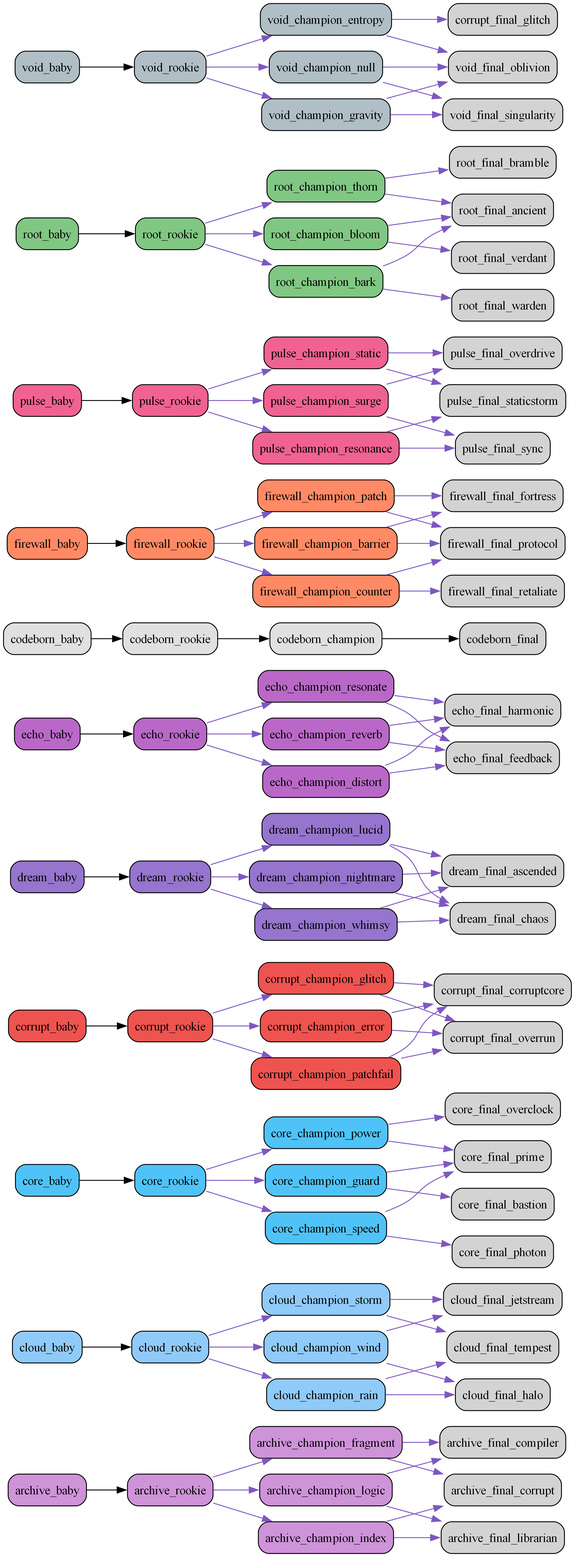
Earlier version of the Graphviz export src/netgrid/core/systems/evolution/graphs/full/evolution_graph.png (bwlight/NetGrid). Its source is kept beside it as src/netgrid/core/systems/evolution/graphs/full/evolution_graph.dot.
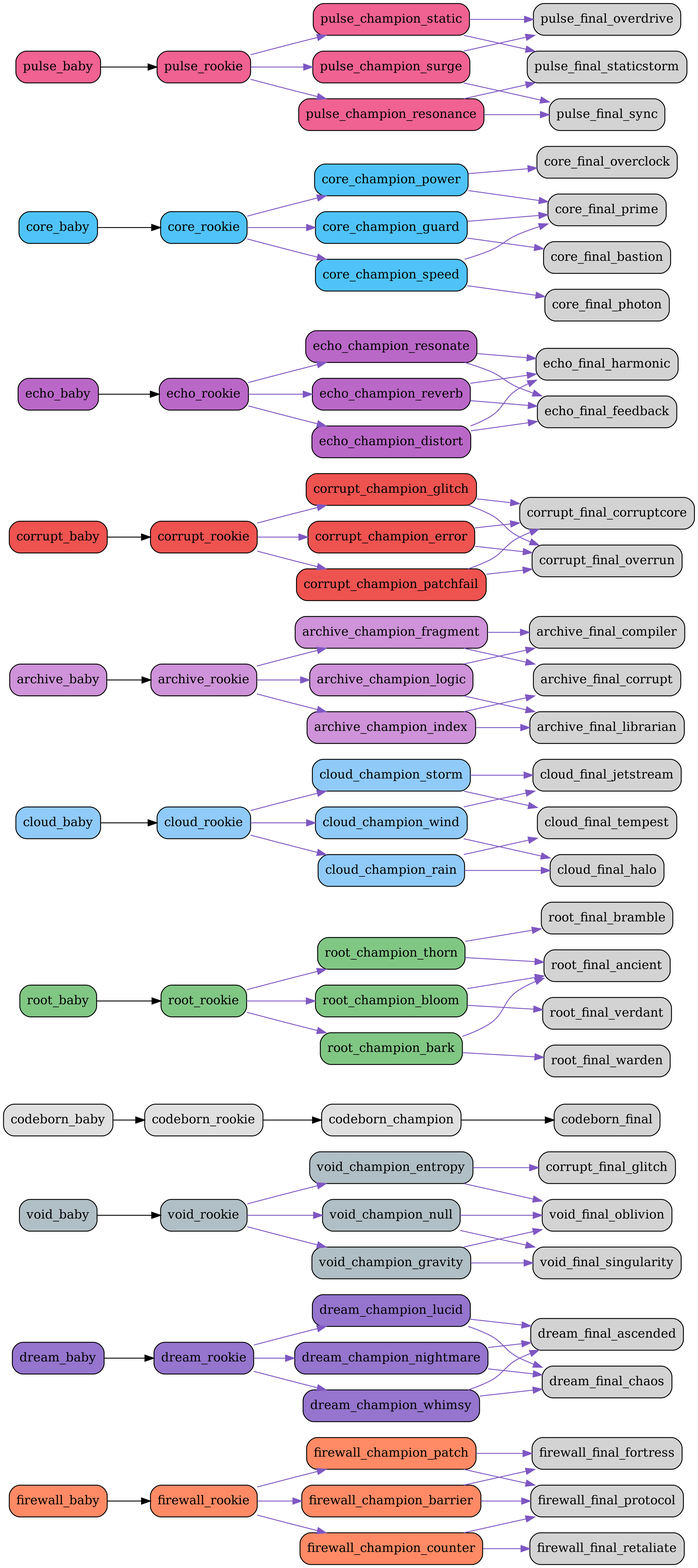
After the change.

Change to the diagram source:
```diff
@@ -1,6 +1,87 @@
 digraph EvolutionTree {
   rankdir=LR;
   node [shape=box, style="rounded,filled"];
+  "firewall_baby" [fillcolor="#ff8a65"];
+  "firewall_baby" -> "firewall_rookie";
+  "firewall_rookie" [fillcolor="#ff8a65"];
+  "firewall_rookie" -> "firewall_champion_barrier" [color="#7e57c2"];
+  "firewall_rookie" -> "firewall_champion_counter" [color="#7e57c2"];
+  "firewall_rookie" -> "firewall_champion_patch" [color="#7e57c2"];
+  "firewall_champion_barrier" [fillcolor="#ff8a65"];
+  "firewall_champion_barrier" -> "firewall_final_fortress" [color="#7e57c2"];
+  "firewall_champion_barrier" -> "firewall_final_protocol" [color="#7e57c2"];
+  "firewall_champion_counter" [fillcolor="#ff8a65"];
+  "firewall_champion_counter" -> "firewall_final_retaliate" [color="#7e57c2"];
+  "firewall_champion_counter" -> "firewall_final_protocol" [color="#7e57c2"];
+  "firewall_champion_patch" [fillcolor="#ff8a65"];
+  "firewall_champion_patch" -> "firewall_final_protocol" [color="#7e57c2"];
+  "firewall_champion_patch" -> "firewall_final_fortress" [color="#7e57c2"];
+  "dream_baby" [fillcolor="#9575cd"];
+  "dream_baby" -> "dream_rookie";
+  "dream_rookie" [fillcolor="#9575cd"];
+  "dream_rookie" -> "dream_champion_lucid" [color="#7e57c2"];
+  "dream_rookie" -> "dream_champion_nightmare" [color="#7e57c2"];
+  "dream_rookie" -> "dream_champion_whimsy" [color="#7e57c2"];
+  "dream_champion_lucid" [fillcolor="#9575cd"];
+  "dream_champion_lucid" -> "dream_final_ascended" [color="#7e57c2"];
+  "dream_champion_lucid" -> "dream_final_chaos" [color="#7e57c2"];
+  "dream_champion_nightmare" [fillcolor="#9575cd"];
+  "dream_champion_nightmare" -> "dream_final_chaos" [color="#7e57c2"];
+  "dream_champion_nightmare" -> "dream_final_ascended" [color="#7e57c2"];
+  "dream_champion_whimsy" [fillcolor="#9575cd"];
+  "dream_champion_whimsy" -> "dream_final_ascended" [color="#7e57c2"];
+  "dream_champion_whimsy" -> "dream_final_chaos" [color="#7e57c2"];
+  "void_baby" [fillcolor="#b0bec5"];
+  "void_baby" -> "void_rookie";
+  "void_rookie" [fillcolor="#b0bec5"];
+  "void_rookie" -> "void_champion_entropy" [color="#7e57c2"];
+  "void_rookie" -> "void_champion_gravity" [color="#7e57c2"];
+  "void_rookie" -> "void_champion_null" [color="#7e57c2"];
+  "void_champion_entropy" [fillcolor="#b0bec5"];
+  "void_champion_entropy" -> "corrupt_final_glitch" [color="#7e57c2"];
+  "void_champion_entropy" -> "void_final_oblivion" [color="#7e57c2"];
+  "void_champion_gravity" [fillcolor="#b0bec5"];
+  "void_champion_gravity" -> "void_final_singularity" [color="#7e57c2"];
+  "void_champion_gravity" -> "void_final_oblivion" [color="#7e57c2"];
+  "void_champion_null" [fillcolor="#b0bec5"];
+  "void_champion_null" -> "void_final_oblivion" [color="#7e57c2"];
+  "void_champion_null" -> "void_final_singularity" [color="#7e57c2"];
+  "codeborn_baby" [fillcolor="#e0e0e0"];
+  "codeborn_baby" -> "codeborn_rookie";
+  "codeborn_rookie" [fillcolor="#e0e0e0"];
+  "codeborn_rookie" -> "codeborn_champion";
+  "codeborn_champion" [fillcolor="#e0e0e0"];
+  "codeborn_champion" -> "codeborn_final";
+  "root_baby" [fillcolor="#81c784"];
+  "root_baby" -> "root_rookie";
+  "root_rookie" [fillcolor="#81c784"];
+  "root_rookie" -> "root_champion_thorn" [color="#7e57c2"];
+  "root_rookie" -> "root_champion_bloom" [color="#7e57c2"];
+  "root_rookie" -> "root_champion_bark" [color="#7e57c2"];
+  "root_champion_thorn" [fillcolor="#81c784"];
+  "root_champion_thorn" -> "root_final_bramble" [color="#7e57c2"];
+  "root_champion_thorn" -> "root_final_ancient" [color="#7e57c2"];
+  "root_champion_bloom" [fillcolor="#81c784"];
+  "root_champion_bloom" -> "root_final_ancient" [color="#7e57c2"];
+  "root_champion_bloom" -> "root_final_verdant" [color="#7e57c2"];
+  "root_champion_bark" [fillcolor="#81c784"];
+  "root_champion_bark" -> "root_final_warden" [color="#7e57c2"];
+  "root_champion_bark" -> "root_final_ancient" [color="#7e57c2"];
+  "cloud_baby" [fillcolor="#90caf9"];
+  "cloud_baby" -> "cloud_rookie";
+  "cloud_rookie" [fillcolor="#90caf9"];
+  "cloud_rookie" -> "cloud_champion_wind" [color="#7e57c2"];
+  "cloud_rookie" -> "cloud_champion_rain" [color="#7e57c2"];
+  "cloud_rookie" -> "cloud_champion_storm" [color="#7e57c2"];
+  "cloud_champion_wind" [fillcolor="#90caf9"];
+  "cloud_champion_wind" -> "cloud_final_jetstream" [color="#7e57c2"];
+  "cloud_champion_wind" -> "cloud_final_halo" [color="#7e57c2"];
+  "cloud_champion_rain" [fillcolor="#90caf9"];
+  "cloud_champion_rain" -> "cloud_final_halo" [color="#7e57c2"];
+  "cloud_champion_rain" -> "cloud_final_tempest" [color="#7e57c2"];
+  "cloud_champion_storm" [fillcolor="#90caf9"];
+  "cloud_champion_storm" -> "cloud_final_tempest" [color="#7e57c2"];
+  "cloud_champion_storm" -> "cloud_final_jetstream" [color="#7e57c2"];
   "archive_baby" [fillcolor="#ce93d8"];
   "archive_baby" -> "archive_rookie";
   "archive_rookie" [fillcolor="#ce93d8"];
@@ -16,21 +97,36 @@
   "archive_champion_fragment" [fillcolor="#ce93d8"];
   "archive_champion_fragment" -> "archive_final_corrupt" [color="#7e57c2"];
   "archive_champion_fragment" -> "archive_final_compiler" [color="#7e57c2"];
-  "cloud_baby" [fillcolor="#90caf9"];
-  "cloud_baby" -> "cloud_rookie";
-  "cloud_rookie" [fillcolor="#90caf9"];
-  "cloud_rookie" -> "cloud_champion_wind" [color="#7e57c2"];
-  "cloud_rookie" -> "cloud_champion_rain" [color="#7e57c2"];
-  "cloud_rookie" -> "cloud_champion_storm" [color="#7e57c2"];
-  "cloud_champion_wind" [fillcolor="#90caf9"];
-  "cloud_champion_wind" -> "cloud_final_jetstream" [color="#7e57c2"];
-  "cloud_champion_wind" -> "cloud_final_halo" [color="#7e57c2"];
-  "cloud_champion_rain" [fillcolor="#90caf9"];
-  "cloud_champion_rain" -> "cloud_final_halo" [color="#7e57c2"];
-  "cloud_champion_rain" -> "cloud_final_tempest" [color="#7e57c2"];
-  "cloud_champion_storm" [fillcolor="#90caf9"];
-  "cloud_champion_storm" -> "cloud_final_tempest" [color="#7e57c2"];
-  "cloud_champion_storm" -> "cloud_final_jetstream" [color="#7e57c2"];
+  "corrupt_baby" [fillcolor="#ef5350"];
+  "corrupt_baby" -> "corrupt_rookie";
+  "corrupt_rookie" [fillcolor="#ef5350"];
+  "corrupt_rookie" -> "corrupt_champion_glitch" [color="#7e57c2"];
+  "corrupt_rookie" -> "corrupt_champion_error" [color="#7e57c2"];
+  "corrupt_rookie" -> "corrupt_champion_patchfail" [color="#7e57c2"];
+  "corrupt_champion_glitch" [fillcolor="#ef5350"];
+  "corrupt_champion_glitch" -> "corrupt_final_corruptcore" [color="#7e57c2"];
+  "corrupt_champion_glitch" -> "corrupt_final_overrun" [color="#7e57c2"];
+  "corrupt_champion_error" [fillcolor="#ef5350"];
+  "corrupt_champion_error" -> "corrupt_final_overrun" [color="#7e57c2"];
+  "corrupt_champion_error" -> "corrupt_final_corruptcore" [color="#7e57c2"];
+  "corrupt_champion_patchfail" [fillcolor="#ef5350"];
+  "corrupt_champion_patchfail" -> "corrupt_final_corruptcore" [color="#7e57c2"];
+  "corrupt_champion_patchfail" -> "corrupt_final_overrun" [color="#7e57c2"];
+  "echo_baby" [fillcolor="#ba68c8"];
+  "echo_baby" -> "echo_rookie";
+  "echo_rookie" [fillcolor="#ba68c8"];
+  "echo_rookie" -> "echo_champion_resonate" [color="#7e57c2"];
+  "echo_rookie" -> "echo_champion_reverb" [color="#7e57c2"];
+  "echo_rookie" -> "echo_champion_distort" [color="#7e57c2"];
+  "echo_champion_resonate" [fillcolor="#ba68c8"];
+  "echo_champion_resonate" -> "echo_final_harmonic" [color="#7e57c2"];
+  "echo_champion_resonate" -> "echo_final_feedback" [color="#7e57c2"];
+  "echo_champion_reverb" [fillcolor="#ba68c8"];
+  "echo_champion_reverb" -> "echo_final_feedback" [color="#7e57c2"];
+  "echo_champion_reverb" -> "echo_final_harmonic" [color="#7e57c2"];
+  "echo_champion_distort" [fillcolor="#ba68c8"];
+  "echo_champion_distort" -> "echo_final_feedback" [color="#7e57c2"];
+  "echo_champion_distort" -> "echo_final_harmonic" [color="#7e57c2"];
   "core_baby" [fillcolor="#4fc3f7"];
   "core_baby" -> "core_rookie";
   "core_rookie" [fillcolor="#4fc3f7"];
@@ -46,72 +142,6 @@
   "core_champion_speed" [fillcolor="#4fc3f7"];
   "core_champion_speed" -> "core_final_photon" [color="#7e57c2"];
   "core_champion_speed" -> "core_final_prime" [color="#7e57c2"];
-  "corrupt_baby" [fillcolor="#ef5350"];
-  "corrupt_baby" -> "corrupt_rookie";
-  "corrupt_rookie" [fillcolor="#ef5350"];
-  "corrupt_rookie" -> "corrupt_champion_glitch" [color="#7e57c2"];
-  "corrupt_rookie" -> "corrupt_champion_error" [color="#7e57c2"];
-  "corrupt_rookie" -> "corrupt_champion_patchfail" [color="#7e57c2"];
-  "corrupt_champion_glitch" [fillcolor="#ef5350"];
-  "corrupt_champion_glitch" -> "corrupt_final_corruptcore" [color="#7e57c2"];
-  "corrupt_champion_glitch" -> "corrupt_final_overrun" [color="#7e57c2"];
-  "corrupt_champion_error" [fillcolor="#ef5350"];
-  "corrupt_champion_error" -> "corrupt_final_overrun" [color="#7e57c2"];
-  "corrupt_champion_error" -> "corrupt_final_corruptcore" [color="#7e57c2"];
-  "corrupt_champion_patchfail" [fillcolor="#ef5350"];
-  "corrupt_champion_patchfail" -> "corrupt_final_corruptcore" [color="#7e57c2"];
-  "corrupt_champion_patchfail" -> "corrupt_final_overrun" [color="#7e57c2"];
-  "dream_baby" [fillcolor="#9575cd"];
-  "dream_baby" -> "dream_rookie";
-  "dream_rookie" [fillcolor="#9575cd"];
-  "dream_rookie" -> "dream_champion_lucid" [color="#7e57c2"];
-  "dream_rookie" -> "dream_champion_nightmare" [color="#7e57c2"];
-  "dream_rookie" -> "dream_champion_whimsy" [color="#7e57c2"];
-  "dream_champion_lucid" [fillcolor="#9575cd"];
-  "dream_champion_lucid" -> "dream_final_ascended" [color="#7e57c2"];
-  "dream_champion_lucid" -> "dream_final_chaos" [color="#7e57c2"];
-  "dream_champion_nightmare" [fillcolor="#9575cd"];
-  "dream_champion_nightmare" -> "dream_final_chaos" [color="#7e57c2"];
-  "dream_champion_nightmare" -> "dream_final_ascended" [color="#7e57c2"];
-  "dream_champion_whimsy" [fillcolor="#9575cd"];
-  "dream_champion_whimsy" -> "dream_final_ascended" [color="#7e57c2"];
-  "dream_champion_whimsy" -> "dream_final_chaos" [color="#7e57c2"];
-  "echo_baby" [fillcolor="#ba68c8"];
-  "echo_baby" -> "echo_rookie";
-  "echo_rookie" [fillcolor="#ba68c8"];
-  "echo_rookie" -> "echo_champion_resonate" [color="#7e57c2"];
-  "echo_rookie" -> "echo_champion_reverb" [color="#7e57c2"];
-  "echo_rookie" -> "echo_champion_distort" [color="#7e57c2"];
-  "echo_champion_resonate" [fillcolor="#ba68c8"];
-  "echo_champion_resonate" -> "echo_final_harmonic" [color="#7e57c2"];
-  "echo_champion_resonate" -> "echo_final_feedback" [color="#7e57c2"];
-  "echo_champion_reverb" [fillcolor="#ba68c8"];
-  "echo_champion_reverb" -> "echo_final_feedback" [color="#7e57c2"];
-  "echo_champion_reverb" -> "echo_final_harmonic" [color="#7e57c2"];
-  "echo_champion_distort" [fillcolor="#ba68c8"];
-  "echo_champion_distort" -> "echo_final_feedback" [color="#7e57c2"];
-  "echo_champion_distort" -> "echo_final_harmonic" [color="#7e57c2"];
-  "codeborn_baby" [fillcolor="#e0e0e0"];
-  "codeborn_baby" -> "codeborn_rookie";
-  "codeborn_rookie" [fillcolor="#e0e0e0"];
-  "codeborn_rookie" -> "codeborn_champion";
-  "codeborn_champion" [fillcolor="#e0e0e0"];
-  "codeborn_champion" -> "codeborn_final";
-  "firewall_baby" [fillcolor="#ff8a65"];
-  "firewall_baby" -> "firewall_rookie";
-  "firewall_rookie" [fillcolor="#ff8a65"];
-  "firewall_rookie" -> "firewall_champion_barrier" [color="#7e57c2"];
-  "firewall_rookie" -> "firewall_champion_counter" [color="#7e57c2"];
-  "firewall_rookie" -> "firewall_champion_patch" [color="#7e57c2"];
-  "firewall_champion_barrier" [fillcolor="#ff8a65"];
-  "firewall_champion_barrier" -> "firewall_final_fortress" [color="#7e57c2"];
-  "firewall_champion_barrier" -> "firewall_final_protocol" [color="#7e57c2"];
-  "firewall_champion_counter" [fillcolor="#ff8a65"];
-  "firewall_champion_counter" -> "firewall_final_retaliate" [color="#7e57c2"];
-  "firewall_champion_counter" -> "firewall_final_protocol" [color="#7e57c2"];
-  "firewall_champion_patch" [fillcolor="#ff8a65"];
-  "firewall_champion_patch" -> "firewall_final_protocol" [color="#7e57c2"];
-  "firewall_champion_patch" -> "firewall_final_fortress" [color="#7e57c2"];
   "pulse_baby" [fillcolor="#f06292"];
   "pulse_baby" -> "pulse_rookie";
   "pulse_rookie" [fillcolor="#f06292"];
@@ -127,34 +157,4 @@
   "pulse_champion_static" [fillcolor="#f06292"];
   "pulse_champion_static" -> "pulse_final_staticstorm" [color="#7e57c2"];
   "pulse_champion_static" -> "pulse_final_overdrive" [color="#7e57c2"];
-  "root_baby" [fillcolor="#81c784"];
-  "root_baby" -> "root_rookie";
-  "root_rookie" [fillcolor="#81c784"];
-  "root_rookie" -> "root_champion_thorn" [color="#7e57c2"];
-  "root_rookie" -> "root_champion_bloom" [color="#7e57c2"];
-  "root_rookie" -> "root_champion_bark" [color="#7e57c2"];
-  "root_champion_thorn" [fillcolor="#81c784"];
-  "root_champion_thorn" -> "root_final_bramble" [color="#7e57c2"];
-  "root_champion_thorn" -> "root_final_ancient" [color="#7e57c2"];
-  "root_champion_bloom" [fillcolor="#81c784"];
-  "root_champion_bloom" -> "root_final_ancient" [color="#7e57c2"];
-  "root_champion_bloom" -> "root_final_verdant" [color="#7e57c2"];
-  "root_champion_bark" [fillcolor="#81c784"];
-  "root_champion_bark" -> "root_final_warden" [color="#7e57c2"];
-  "root_champion_bark" -> "root_final_ancient" [color="#7e57c2"];
-  "void_baby" [fillcolor="#b0bec5"];
-  "void_baby" -> "void_rookie";
-  "void_rookie" [fillcolor="#b0bec5"];
-  "void_rookie" -> "void_champion_entropy" [color="#7e57c2"];
-  "void_rookie" -> "void_champion_gravity" [color="#7e57c2"];
-  "void_rookie" -> "void_champion_null" [color="#7e57c2"];
-  "void_champion_entropy" [fillcolor="#b0bec5"];
-  "void_champion_entropy" -> "corrupt_final_glitch" [color="#7e57c2"];
-  "void_champion_entropy" -> "void_final_oblivion" [color="#7e57c2"];
-  "void_champion_gravity" [fillcolor="#b0bec5"];
-  "void_champion_gravity" -> "void_final_singularity" [color="#7e57c2"];
-  "void_champion_gravity" -> "void_final_oblivion" [color="#7e57c2"];
-  "void_champion_null" [fillcolor="#b0bec5"];
-  "void_champion_null" -> "void_final_oblivion" [color="#7e57c2"];
-  "void_champion_null" -> "void_final_singularity" [color="#7e57c2"];
 }
```
